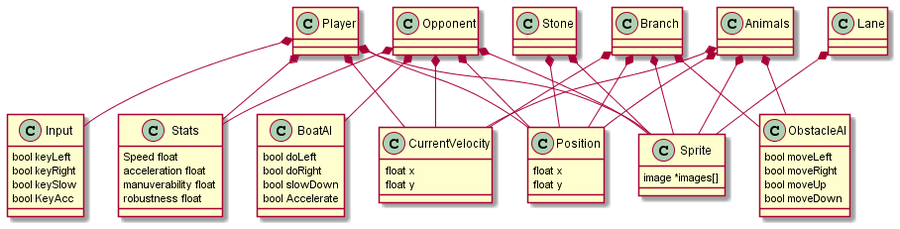
Above: Entity-Component-Systems.txt.png in Team-13-RLC/umlClassDiagram (PlantUML), before the change.
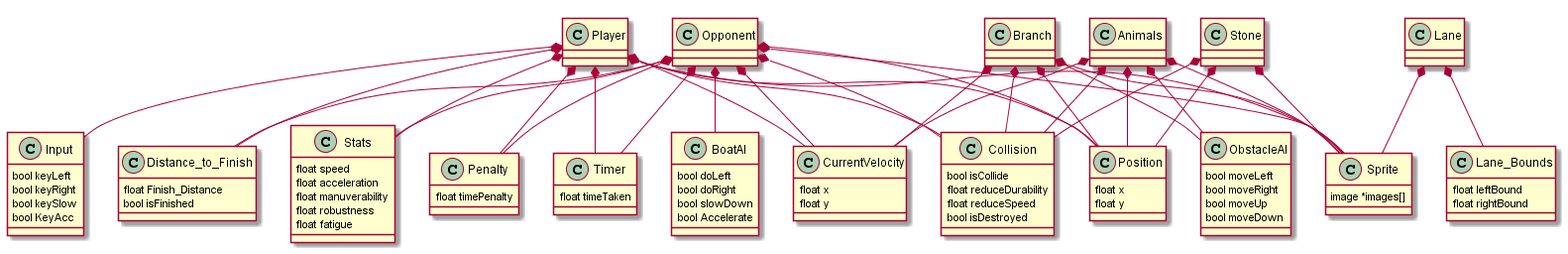
The same file after the commit.

Change to the diagram source:
```diff
@@ -5,10 +5,11 @@
 	float y
 }
 class Stats{
-	Speed float
-	acceleration float
-	manuverability float
-	robustness float
+	float speed
+	float acceleration
+	float manuverability
+	float robustness
+	float fatigue
 }
 class BoatAI{
 	bool doLeft
@@ -39,6 +40,32 @@
 	bool KeyAcc
 }
 
+class Lane_Bounds{
+	float leftBound
+	float rightBound
+}
+
+class Collision{
+	bool isCollide
+	float reduceDurability
+	float reduceSpeed
+	bool isDestroyed
+}
+
+class Penalty{
+	float timePenalty
+}
+
+class Timer{
+	float timeTaken
+}
+
+class Distance_to_Finish{
+	float Finish_Distance
+	bool isFinished
+}
+
+
 Player *-- Position
 Opponent *-- Position
 Animals *-- Position
@@ -67,14 +94,21 @@
 Animals *-- ObstacleAI
 Branch *-- ObstacleAI
 
+Lane *-- Lane_Bounds
 
+Player *-- Collision
+Opponent *-- Collision
+Animals *-- Collision
+Branch *-- Collision
+Stone *-- Collision
 
+Player *-- Penalty
+Opponent *-- Penalty
 
+Player *-- Timer
+Opponent *-- Timer
 
-
-
-
-
-
+Player *-- Distance_to_Finish
+Opponent *-- Distance_to_Finish
 
 @enduml
```
